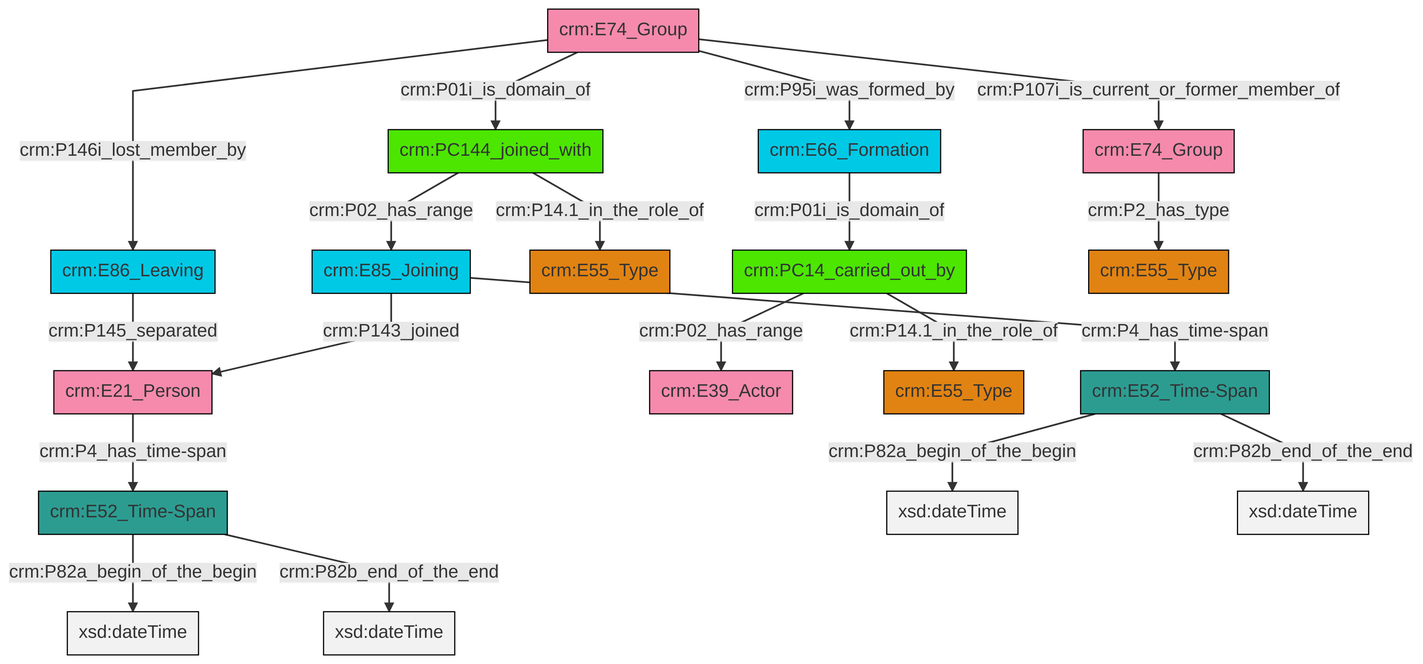
swiss-art-research-net/docs.swissartresearch keeps this Mermaid diagram as et/groupCSV/ttl/mmd/png/group_actor_relations.png. Above is the earlier version. Its source is kept beside it as et/groupCSV/ttl/mmd/group_actor_relations.ttl.mmd.
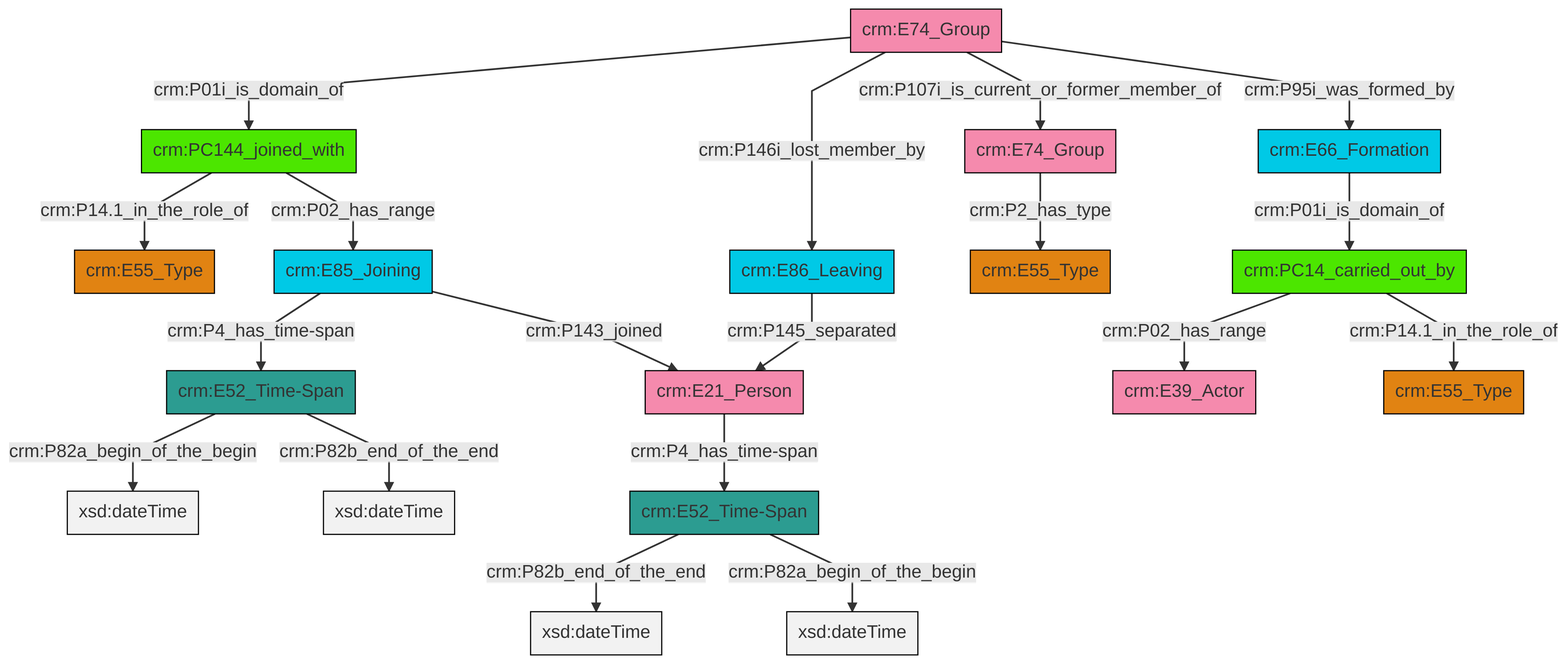
After the commit.

Change to the diagram source:
```diff
@@ -13,21 +13,21 @@
 classDef PC_Classes fill:#4ce600, stroke:#000000;
 classDef Multi fill:#cccccc,stroke:#000000;
 
-2["crm:E74_Group"]:::Actor -->|crm:P01i_is_domain_of| 3["crm:PC144_joined_with"]:::PC_Classes
-4["crm:E52_Time-Span"]:::Time-Span -->|crm:P82a_begin_of_the_begin| 5[xsd:dateTime]:::Literal
-3["crm:PC144_joined_with"]:::PC_Classes -->|crm:P02_has_range| 6["crm:E85_Joining"]:::Temporal_Entity
-7["crm:E66_Formation"]:::Temporal_Entity -->|crm:P01i_is_domain_of| 8["crm:PC14_carried_out_by"]:::PC_Classes
-2["crm:E74_Group"]:::Actor -->|crm:P107i_is_current_or_former_member_of| 9["crm:E74_Group"]:::Actor
-8["crm:PC14_carried_out_by"]:::PC_Classes -->|crm:P02_has_range| 10["crm:E39_Actor"]:::Actor
-0["crm:E52_Time-Span"]:::Time-Span -->|crm:P82a_begin_of_the_begin| 11[xsd:dateTime]:::Literal
-2["crm:E74_Group"]:::Actor -->|crm:P95i_was_formed_by| 7["crm:E66_Formation"]:::Temporal_Entity
-15["crm:E21_Person"]:::Actor -->|crm:P4_has_time-span| 0["crm:E52_Time-Span"]:::Time-Span
-8["crm:PC14_carried_out_by"]:::PC_Classes -->|crm:P14.1_in_the_role_of| 12["crm:E55_Type"]:::Type
-3["crm:PC144_joined_with"]:::PC_Classes -->|crm:P14.1_in_the_role_of| 16["crm:E55_Type"]:::Type
-0["crm:E52_Time-Span"]:::Time-Span -->|crm:P82b_end_of_the_end| 18[xsd:dateTime]:::Literal
-22["crm:E86_Leaving"]:::Temporal_Entity -->|crm:P145_separated| 15["crm:E21_Person"]:::Actor
-9["crm:E74_Group"]:::Actor -->|crm:P2_has_type| 25["crm:E55_Type"]:::Type
-6["crm:E85_Joining"]:::Temporal_Entity -->|crm:P143_joined| 15["crm:E21_Person"]:::Actor
-6["crm:E85_Joining"]:::Temporal_Entity -->|crm:P4_has_time-span| 4["crm:E52_Time-Span"]:::Time-Span
-4["crm:E52_Time-Span"]:::Time-Span -->|crm:P82b_end_of_the_end| 32[xsd:dateTime]:::Literal
-2["crm:E74_Group"]:::Actor -->|crm:P146i_lost_member_by| 22["crm:E86_Leaving"]:::Temporal_Entity
+0["crm:E85_Joining"]:::Temporal_Entity -->|crm:P4_has_time-span| 1["crm:E52_Time-Span"]:::Time-Span
+1["crm:E52_Time-Span"]:::Time-Span -->|crm:P82a_begin_of_the_begin| 6[xsd:dateTime]:::Literal
+7["crm:E74_Group"]:::Actor -->|crm:P2_has_type| 2["crm:E55_Type"]:::Type
+8["crm:E74_Group"]:::Actor -->|crm:P01i_is_domain_of| 9["crm:PC144_joined_with"]:::PC_Classes
+12["crm:E52_Time-Span"]:::Time-Span -->|crm:P82b_end_of_the_end| 13[xsd:dateTime]:::Literal
+1["crm:E52_Time-Span"]:::Time-Span -->|crm:P82b_end_of_the_end| 14[xsd:dateTime]:::Literal
+8["crm:E74_Group"]:::Actor -->|crm:P146i_lost_member_by| 18["crm:E86_Leaving"]:::Temporal_Entity
+19["crm:E66_Formation"]:::Temporal_Entity -->|crm:P01i_is_domain_of| 20["crm:PC14_carried_out_by"]:::PC_Classes
+21["crm:E21_Person"]:::Actor -->|crm:P4_has_time-span| 12["crm:E52_Time-Span"]:::Time-Span
+8["crm:E74_Group"]:::Actor -->|crm:P107i_is_current_or_former_member_of| 7["crm:E74_Group"]:::Actor
+0["crm:E85_Joining"]:::Temporal_Entity -->|crm:P143_joined| 21["crm:E21_Person"]:::Actor
+20["crm:PC14_carried_out_by"]:::PC_Classes -->|crm:P02_has_range| 28["crm:E39_Actor"]:::Actor
+20["crm:PC14_carried_out_by"]:::PC_Classes -->|crm:P14.1_in_the_role_of| 16["crm:E55_Type"]:::Type
+8["crm:E74_Group"]:::Actor -->|crm:P95i_was_formed_by| 19["crm:E66_Formation"]:::Temporal_Entity
+18["crm:E86_Leaving"]:::Temporal_Entity -->|crm:P145_separated| 21["crm:E21_Person"]:::Actor
+9["crm:PC144_joined_with"]:::PC_Classes -->|crm:P14.1_in_the_role_of| 4["crm:E55_Type"]:::Type
+9["crm:PC144_joined_with"]:::PC_Classes -->|crm:P02_has_range| 0["crm:E85_Joining"]:::Temporal_Entity
+12["crm:E52_Time-Span"]:::Time-Span -->|crm:P82a_begin_of_the_begin| 34[xsd:dateTime]:::Literal
```
